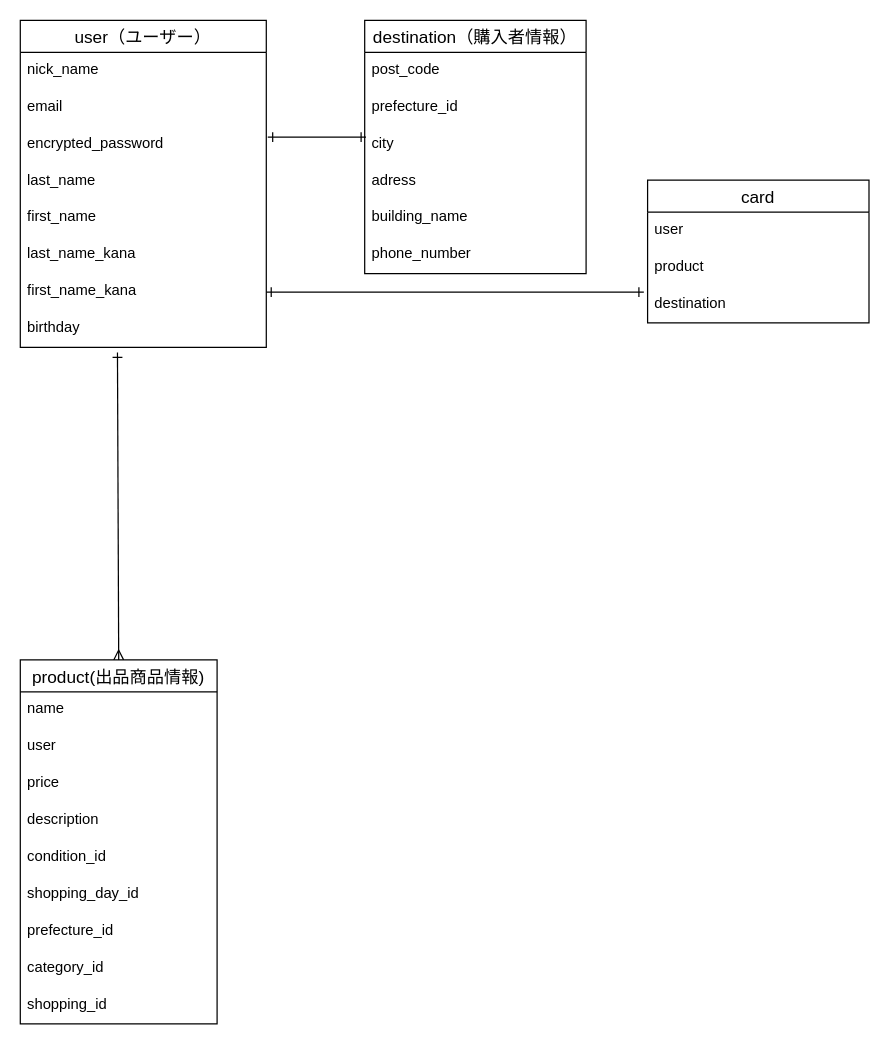
The draw.io diagram Furima.dio in yk-kasshi/furima-39089, before the edit. Source tidied: cells renumbered, new cells numbered last; positions are measured from the earlier drawing's top-left corner, leaving out a move shared by most shapes. Both pictures are drawn from the tidied source at 123%, with x=0, y=0 at pixel (20, 20).
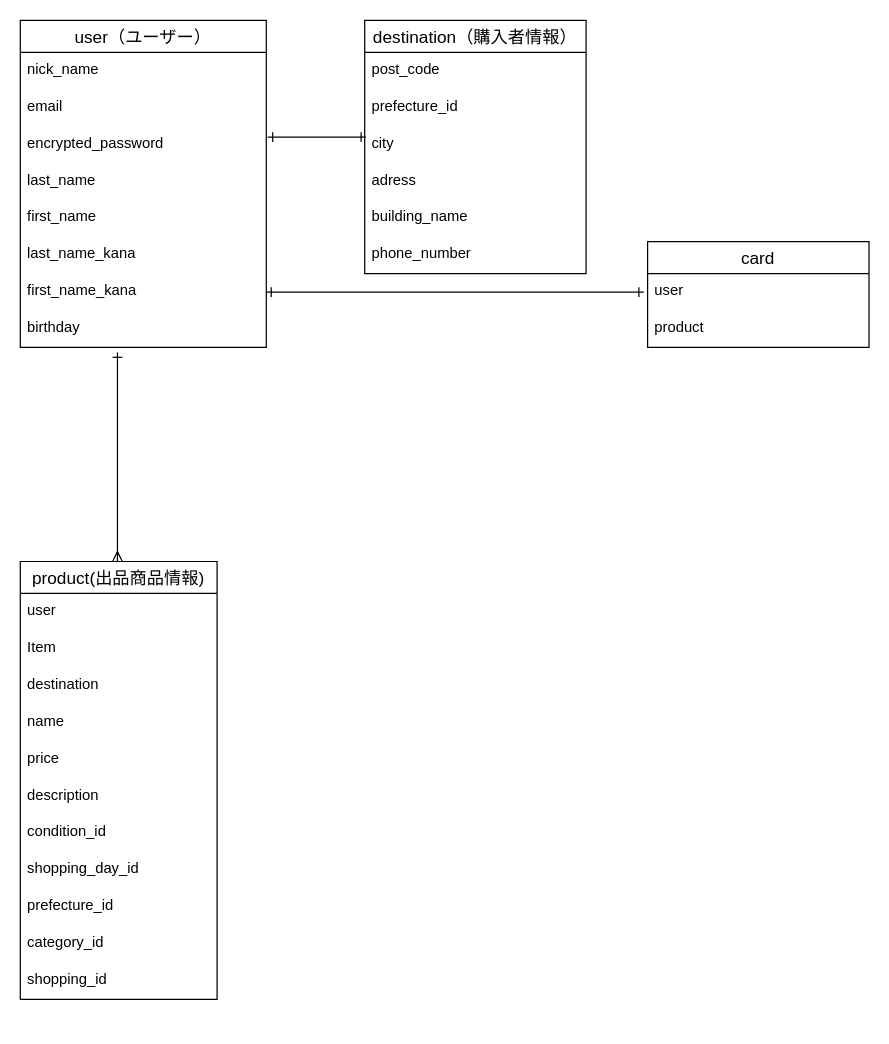
Above is the later version.

Commit message (it also covers changes not shown here):
データベース設計の修正６

Unchanged cells that the change refers to:
```xml
<mxCell id="9" value="first_name_kana" style="text;strokeColor=none;fillColor=none;spacingLeft=4;spacingRight=4;overflow=hidden;points=[[0,0.5],[1,0.5]];portConstraint=eastwest;fontSize=12;" parent="2" vertex="1">
  <mxGeometry y="206" width="200" height="30" as="geometry" />
</mxCell>
<mxCell id="10" value="birthday" style="text;strokeColor=none;fillColor=none;spacingLeft=4;spacingRight=4;overflow=hidden;points=[[0,0.5],[1,0.5]];portConstraint=eastwest;fontSize=12;rounded=0;" parent="2" vertex="1">
  <mxGeometry y="236" width="200" height="30" as="geometry" />
</mxCell>
```

Change to the diagram source:
```diff
@@
-    <mxCell id="11" style="edgeStyle=none;html=1;exitX=0.5;exitY=0;exitDx=0;exitDy=0;entryX=0.395;entryY=1.133;entryDx=0;entryDy=0;entryPerimeter=0;startArrow=ERmany;startFill=0;endArrow=ERone;endFill=0;" parent="1" edge="1" source="12" target="10">
-      <mxGeometry relative="1" as="geometry" />
+    <mxCell id="11" style="edgeStyle=none;html=1;entryX=0.395;entryY=1.133;entryDx=0;entryDy=0;entryPerimeter=0;startArrow=ERmany;startFill=0;endArrow=ERone;endFill=0;" parent="1" edge="1" target="10">
+      <mxGeometry relative="1" as="geometry">
+        <mxPoint x="79" y="440" as="sourcePoint" />
+      </mxGeometry>
     </mxCell>
     <mxCell id="12" value="product(出品商品情報)" style="swimlane;fontStyle=0;horizontal=1;startSize=26;align=center;fontSize=14;rounded=0;strokeColor=default;direction=east;perimeterSpacing=0;" parent="1" vertex="1">
-      <mxGeometry y="520" width="160" height="296" as="geometry" />
+      <mxGeometry y="440" width="160" height="356" as="geometry" />
     </mxCell>
+    <mxCell id="14" value="user" style="text;strokeColor=none;fillColor=none;spacingLeft=4;spacingRight=4;overflow=hidden;fontSize=12;rounded=0;" parent="12" vertex="1">
+      <mxGeometry y="26" width="160" height="30" as="geometry" />
+    </mxCell>
+    <mxCell id="35" value="Item" style="text;strokeColor=none;fillColor=none;spacingLeft=4;spacingRight=4;overflow=hidden;fontSize=12;" parent="12" vertex="1">
+      <mxGeometry y="56" width="160" height="30" as="geometry" />
+    </mxCell>
+    <mxCell id="33" value="destination" style="text;strokeColor=none;fillColor=none;spacingLeft=4;spacingRight=4;overflow=hidden;points=[[0,0.5],[1,0.5]];portConstraint=eastwest;fontSize=12;" parent="12" vertex="1">
+      <mxGeometry y="86" width="160" height="30" as="geometry" />
+    </mxCell>
     <mxCell id="13" value="name" style="text;strokeColor=none;fillColor=none;spacingLeft=4;spacingRight=4;overflow=hidden;fontSize=12;rounded=0;" parent="12" vertex="1">
-      <mxGeometry y="26" width="160" height="30" as="geometry" />
+      <mxGeometry y="116" width="160" height="30" as="geometry" />
     </mxCell>
-    <mxCell id="14" value="user" style="text;strokeColor=none;fillColor=none;spacingLeft=4;spacingRight=4;overflow=hidden;fontSize=12;rounded=0;" parent="12" vertex="1">
-      <mxGeometry y="56" width="160" height="30" as="geometry" />
-    </mxCell>
     <mxCell id="15" value="price" style="text;strokeColor=none;fillColor=none;spacingLeft=4;spacingRight=4;overflow=hidden;fontSize=12;rounded=0;" parent="12" vertex="1">
-      <mxGeometry y="86" width="160" height="30" as="geometry" />
+      <mxGeometry y="146" width="160" height="30" as="geometry" />
     </mxCell>
     <mxCell id="16" value="description&#10;" style="text;strokeColor=none;fillColor=none;spacingLeft=4;spacingRight=4;overflow=hidden;fontSize=12;" parent="12" vertex="1">
-      <mxGeometry y="116" width="160" height="30" as="geometry" />
+      <mxGeometry y="176" width="160" height="30" as="geometry" />
     </mxCell>
     <mxCell id="17" value="condition_id" style="text;strokeColor=none;fillColor=none;spacingLeft=4;spacingRight=4;overflow=hidden;fontSize=12;" parent="12" vertex="1">
-      <mxGeometry y="146" width="160" height="30" as="geometry" />
+      <mxGeometry y="206" width="160" height="30" as="geometry" />
     </mxCell>
     <mxCell id="18" value="shopping_day_id" style="text;strokeColor=none;fillColor=none;spacingLeft=4;spacingRight=4;overflow=hidden;fontSize=12;rounded=0;" parent="12" vertex="1">
-      <mxGeometry y="176" width="160" height="30" as="geometry" />
+      <mxGeometry y="236" width="160" height="30" as="geometry" />
     </mxCell>
     <mxCell id="19" value="prefecture_id" style="text;strokeColor=none;fillColor=none;spacingLeft=4;spacingRight=4;overflow=hidden;fontSize=12;rounded=0;" parent="12" vertex="1">
-      <mxGeometry y="206" width="160" height="30" as="geometry" />
+      <mxGeometry y="266" width="160" height="30" as="geometry" />
     </mxCell>
     <mxCell id="20" value="category_id" style="text;strokeColor=none;fillColor=none;spacingLeft=4;spacingRight=4;overflow=hidden;fontSize=12;rounded=0;" parent="12" vertex="1">
-      <mxGeometry y="236" width="160" height="30" as="geometry" />
+      <mxGeometry y="296" width="160" height="30" as="geometry" />
     </mxCell>
     <mxCell id="21" value="shopping_id" style="text;strokeColor=none;fillColor=none;spacingLeft=4;spacingRight=4;overflow=hidden;fontSize=12;rounded=0;" parent="12" vertex="1">
-      <mxGeometry y="266" width="160" height="30" as="geometry" />
+      <mxGeometry y="326" width="160" height="30" as="geometry" />
     </mxCell>
@@
     <mxCell id="30" value="card" style="swimlane;fontStyle=0;horizontal=1;startSize=26;align=center;fontSize=14;strokeColor=default;" parent="1" vertex="1">
-      <mxGeometry x="510" y="130" width="180" height="116" as="geometry" />
+      <mxGeometry x="510" y="180" width="180" height="86" as="geometry" />
     </mxCell>
@@
-    <mxCell id="33" value="destination" style="text;strokeColor=none;fillColor=none;spacingLeft=4;spacingRight=4;overflow=hidden;points=[[0,0.5],[1,0.5]];portConstraint=eastwest;fontSize=12;" parent="30" vertex="1">
-      <mxGeometry y="86" width="180" height="30" as="geometry" />
-    </mxCell>
-    <mxCell id="34" style="edgeStyle=none;html=1;exitX=1;exitY=0.5;exitDx=0;exitDy=0;entryX=-0.017;entryY=0.167;entryDx=0;entryDy=0;entryPerimeter=0;startArrow=ERone;startFill=0;endArrow=ERone;endFill=0;" parent="1" edge="1" source="9" target="33">
-      <mxGeometry relative="1" as="geometry" />
+    <mxCell id="34" style="edgeStyle=none;html=1;exitX=1;exitY=0.5;exitDx=0;exitDy=0;entryX=-0.017;entryY=0.167;entryDx=0;entryDy=0;entryPerimeter=0;startArrow=ERone;startFill=0;endArrow=ERone;endFill=0;" parent="1" edge="1" source="9">
+      <mxGeometry relative="1" as="geometry">
+        <mxPoint x="506.9" y="221" as="targetPoint" />
+      </mxGeometry>
     </mxCell>
```
